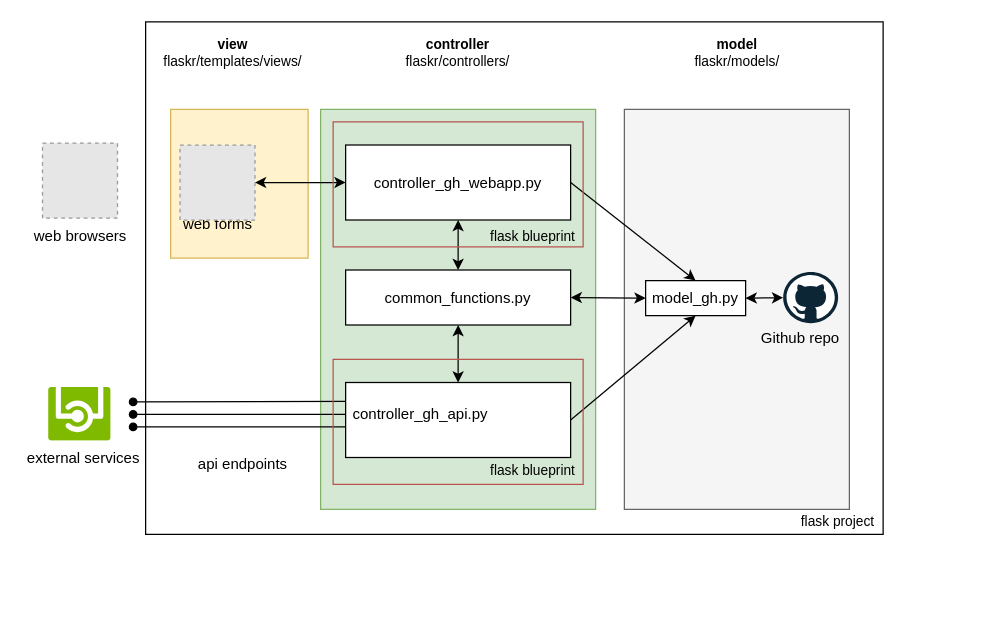
Before: flaskr/docs/Untitled Diagram.drawio in datahappy1/flask_mvc_github_example_project, a draw.io diagram. Source tidied: cells renumbered, new cells numbered last; positions are measured from the earlier drawing's top-left corner, leaving out a move shared by most shapes. Both pictures are drawn from the tidied source at 125%, with x=0, y=0 at pixel (21, 21). Pictures stored in the file or linked from it are replaced by grey dashed boxes.
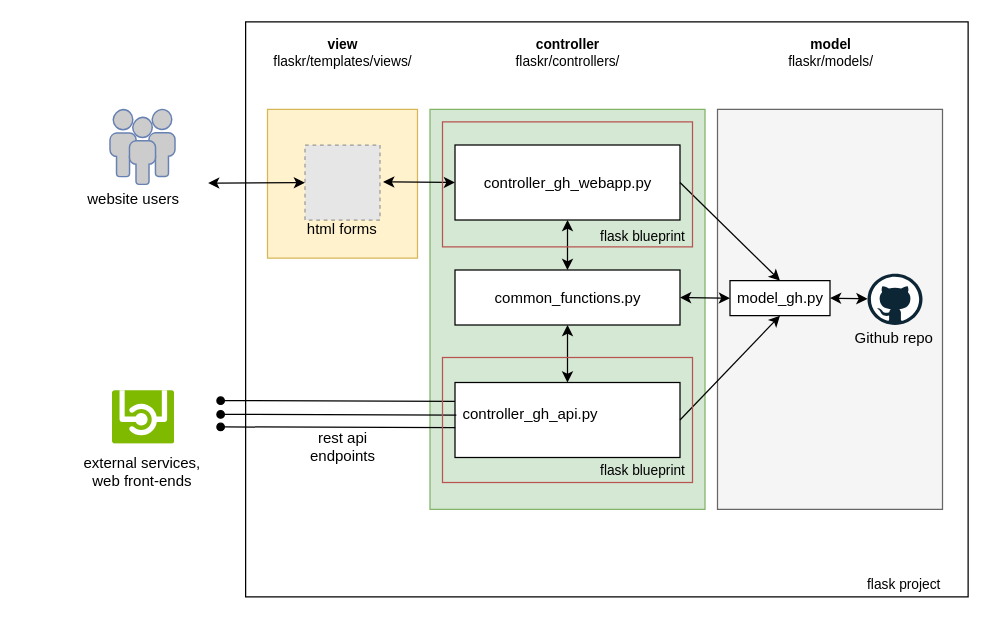
Above is the later version.

The edit, as a diff of the source:
```diff
@@
     <mxCell id="2" style="rounded=0;whiteSpace=wrap;html=1;fontSize=11;align=left;" parent="1" vertex="1">
-      <mxGeometry x="99" width="590" height="410" as="geometry" />
+      <mxGeometry x="179" width="578" height="460" as="geometry" />
     </mxCell>
     <mxCell id="3" style="rounded=0;whiteSpace=wrap;html=1;fillColor=#d5e8d4;align=center;strokeColor=#82b366;" parent="1" vertex="1">
-      <mxGeometry x="239" y="70" width="220" height="320" as="geometry" />
+      <mxGeometry x="326.5" y="70" width="220" height="320" as="geometry" />
     </mxCell>
     <mxCell id="4" style="rounded=0;whiteSpace=wrap;html=1;fillColor=#fff2cc;strokeColor=#d6b656;" parent="1" vertex="1">
-      <mxGeometry x="119" y="70" width="110" height="119" as="geometry" />
+      <mxGeometry x="196.5" y="70" width="120" height="119" as="geometry" />
     </mxCell>
     <mxCell id="5" style="rounded=0;whiteSpace=wrap;html=1;fillColor=#f5f5f5;strokeColor=#666666;fontColor=#333333;" parent="1" vertex="1">
-      <mxGeometry x="482" y="70" width="180" height="320" as="geometry" />
+      <mxGeometry x="556.5" y="70" width="180" height="320" as="geometry" />
     </mxCell>
     <mxCell id="6" style="rounded=0;whiteSpace=wrap;html=1;" parent="1" vertex="1">
-      <mxGeometry x="259" y="198.5" width="180" height="44" as="geometry" />
+      <mxGeometry x="346.5" y="198.5" width="180" height="44" as="geometry" />
     </mxCell>
     <mxCell id="7" style="rounded=0;whiteSpace=wrap;html=1;" parent="1" vertex="1">
-      <mxGeometry x="259" y="98.5" width="180" height="60" as="geometry" />
+      <mxGeometry x="346.5" y="98.5" width="180" height="60" as="geometry" />
     </mxCell>
     <mxCell id="8" style="rounded=0;whiteSpace=wrap;html=1;" parent="1" vertex="1">
-      <mxGeometry x="259" y="288.5" width="180" height="60" as="geometry" />
+      <mxGeometry x="346.5" y="288.5" width="180" height="60" as="geometry" />
     </mxCell>
@@
-    <mxCell id="11" value="web forms&lt;br&gt;" style="text;html=1;strokeColor=none;fillColor=none;align=center;verticalAlign=middle;whiteSpace=wrap;rounded=0;" parent="1" vertex="1">
-      <mxGeometry x="112.5" y="152" width="88" height="20" as="geometry" />
+    <mxCell id="11" value="html forms&lt;br&gt;" style="text;html=1;strokeColor=none;fillColor=none;align=center;verticalAlign=middle;whiteSpace=wrap;rounded=0;" parent="1" vertex="1">
+      <mxGeometry x="207" y="152" width="99" height="28" as="geometry" />
     </mxCell>
-    <mxCell id="12" value="api endpoints&lt;br&gt;" style="text;html=1;strokeColor=none;fillColor=none;align=center;verticalAlign=middle;whiteSpace=wrap;rounded=0;" parent="1" vertex="1">
-      <mxGeometry x="136.5" y="343.5" width="80" height="20" as="geometry" />
+    <mxCell id="12" value="rest api endpoints&lt;br&gt;" style="text;html=1;strokeColor=none;fillColor=none;align=center;verticalAlign=middle;whiteSpace=wrap;rounded=0;" parent="1" vertex="1">
+      <mxGeometry x="216.5" y="330" width="80" height="20" as="geometry" />
     </mxCell>
     <mxCell id="13" value="&lt;span style=&quot;font-size: 11px&quot;&gt;&lt;b&gt;model&lt;/b&gt;&lt;br&gt;flaskr/models/&lt;br&gt;&lt;/span&gt;" style="text;html=1;strokeColor=none;fillColor=none;align=center;verticalAlign=middle;whiteSpace=wrap;rounded=0;fontSize=11;" parent="1" vertex="1">
-      <mxGeometry x="482" width="181" height="49" as="geometry" />
+      <mxGeometry x="556.5" width="181" height="49" as="geometry" />
     </mxCell>
     <mxCell id="14" value="controller_gh_api.py" style="text;html=1;strokeColor=none;fillColor=none;align=center;verticalAlign=middle;whiteSpace=wrap;rounded=0;" parent="1" vertex="1">
-      <mxGeometry x="299" y="304" width="40" height="20" as="geometry" />
+      <mxGeometry x="386.5" y="304" width="40" height="20" as="geometry" />
     </mxCell>
     <mxCell id="15" value="common_functions.py" style="text;html=1;strokeColor=none;fillColor=none;align=center;verticalAlign=middle;whiteSpace=wrap;rounded=0;" parent="1" vertex="1">
-      <mxGeometry x="329" y="210.5" width="40" height="20" as="geometry" />
+      <mxGeometry x="416.5" y="210.5" width="40" height="20" as="geometry" />
     </mxCell>
     <mxCell id="16" value="controller_gh_webapp.py" style="text;html=1;strokeColor=none;fillColor=none;align=center;verticalAlign=middle;whiteSpace=wrap;rounded=0;" parent="1" vertex="1">
-      <mxGeometry x="329" y="118.5" width="40" height="20" as="geometry" />
+      <mxGeometry x="416.5" y="118.5" width="40" height="20" as="geometry" />
     </mxCell>
@@
     <mxCell id="18" value="controller&lt;br&gt;&lt;span style=&quot;font-weight: normal&quot;&gt;flaskr/controllers/&lt;/span&gt;&lt;br&gt;" style="text;html=1;strokeColor=none;fillColor=none;align=center;verticalAlign=middle;whiteSpace=wrap;rounded=0;fontStyle=1;fontSize=11;" parent="1" vertex="1">
-      <mxGeometry x="249" width="200" height="49" as="geometry" />
+      <mxGeometry x="336.5" width="200" height="49" as="geometry" />
     </mxCell>
-    <mxCell id="19" style="fillColor=#E6E6E6;strokeColor=#999999;dashed=1;html=1;verticalAlign=top;verticalLabelPosition=bottom;labelBackgroundColor=#ffffff;" parent="1" vertex="1">
-      <mxGeometry x="16.5" y="97" width="60" height="60" as="geometry" />
-    </mxCell>
     <mxCell id="20" style="fillColor=#E6E6E6;strokeColor=#999999;dashed=1;html=1;verticalAlign=top;verticalLabelPosition=bottom;labelBackgroundColor=#ffffff;" parent="1" vertex="1">
-      <mxGeometry x="126.5" y="98.5" width="60" height="60" as="geometry" />
+      <mxGeometry x="226.5" y="98.5" width="60" height="60" as="geometry" />
     </mxCell>
-    <mxCell id="21" style="endArrow=classic;startArrow=classic;html=1;entryX=0;entryY=0.5;entryDx=0;entryDy=0;" parent="1" edge="1" source="20" target="7">
-      <mxGeometry relative="1" as="geometry" />
+    <mxCell id="21" style="endArrow=classic;startArrow=classic;html=1;entryX=0;entryY=0.5;entryDx=0;entryDy=0;" parent="1" edge="1" target="7">
+      <mxGeometry relative="1" as="geometry">
+        <mxPoint x="289" y="128" as="sourcePoint" />
+      </mxGeometry>
     </mxCell>
     <mxCell id="22" value="model_gh.py" style="rounded=0;whiteSpace=wrap;html=1;" parent="1" vertex="1">
-      <mxGeometry x="499" y="207" width="80" height="28" as="geometry" />
+      <mxGeometry x="566.5" y="207" width="80" height="28" as="geometry" />
     </mxCell>
     <mxCell id="23" style="html=1;perimeter=none;align=center;shadow=0;dashed=0;image;fontSize=12;image=img/lib/mscae/API.svg;" parent="1" vertex="1">
-      <mxGeometry x="21.5" y="292.5" width="50" height="43" as="geometry" />
+      <mxGeometry x="72.5" y="295" width="50" height="43" as="geometry" />
     </mxCell>
     <mxCell id="24" value="view &lt;br style=&quot;font-size: 11px&quot;&gt;&lt;span style=&quot;font-weight: normal&quot;&gt;flaskr/templates/views/&lt;/span&gt;" style="text;html=1;strokeColor=none;fillColor=none;align=center;verticalAlign=middle;whiteSpace=wrap;rounded=0;fontStyle=1;fontSize=11;" parent="1" vertex="1">
-      <mxGeometry x="109" width="120" height="49" as="geometry" />
+      <mxGeometry x="196.5" width="120" height="49" as="geometry" />
     </mxCell>
@@
     <mxCell id="26" value="flask blueprint&lt;br&gt;" style="text;html=1;strokeColor=none;fillColor=none;align=center;verticalAlign=middle;whiteSpace=wrap;rounded=0;fontSize=11;" parent="1" vertex="1">
-      <mxGeometry x="369" y="348.5" width="80" height="20" as="geometry" />
+      <mxGeometry x="456.5" y="348.5" width="80" height="20" as="geometry" />
     </mxCell>
     <mxCell id="27" value="flask project" style="text;html=1;strokeColor=none;fillColor=none;align=center;verticalAlign=middle;whiteSpace=wrap;rounded=0;fontSize=11;" parent="1" vertex="1">
-      <mxGeometry x="621" y="390" width="64" height="20" as="geometry" />
+      <mxGeometry x="673.5" y="440" width="64" height="20" as="geometry" />
     </mxCell>
     <mxCell id="28" style="endArrow=none;html=1;entryX=0;entryY=0.25;entryDx=0;entryDy=0;strokeWidth=1;comic=0;startArrow=oval;startFill=1;" parent="1" edge="1" target="8">
       <mxGeometry relative="1" as="geometry">
-        <mxPoint x="89" y="304" as="sourcePoint" />
+        <mxPoint x="159" y="303" as="sourcePoint" />
       </mxGeometry>
     </mxCell>
-    <mxCell id="29" style="endArrow=none;html=1;strokeWidth=1;comic=0;startArrow=oval;startFill=1;" parent="1" edge="1">
+    <mxCell id="29" style="endArrow=none;html=1;strokeWidth=1;comic=0;startArrow=oval;startFill=1;entryX=0.006;entryY=0.436;entryDx=0;entryDy=0;entryPerimeter=0;" parent="1" edge="1" target="8">
       <mxGeometry relative="1" as="geometry">
-        <mxPoint x="89" y="314" as="sourcePoint" />
-        <mxPoint x="259" y="314" as="targetPoint" />
+        <mxPoint x="159" y="314" as="sourcePoint" />
       </mxGeometry>
     </mxCell>
-    <mxCell id="30" style="endArrow=none;html=1;strokeWidth=1;comic=0;startArrow=oval;startFill=1;" parent="1" edge="1">
+    <mxCell id="30" style="endArrow=none;html=1;strokeWidth=1;comic=0;startArrow=oval;startFill=1;entryX=0.001;entryY=0.603;entryDx=0;entryDy=0;entryPerimeter=0;" parent="1" edge="1" target="8">
       <mxGeometry relative="1" as="geometry">
-        <mxPoint x="89" y="324" as="sourcePoint" />
-        <mxPoint x="259" y="324" as="targetPoint" />
+        <mxPoint x="159" y="324" as="sourcePoint" />
       </mxGeometry>
     </mxCell>
     <mxCell id="31" style="dashed=0;outlineConnect=0;html=1;align=center;labelPosition=center;verticalLabelPosition=bottom;verticalAlign=top;shape=mxgraph.weblogos.github;" parent="1" vertex="1">
-      <mxGeometry x="609" y="200" width="44" height="41" as="geometry" />
+      <mxGeometry x="676.5" y="201.5" width="44" height="41" as="geometry" />
     </mxCell>
-    <mxCell id="32" value="web browsers&lt;br&gt;" style="text;html=1;strokeColor=none;fillColor=none;align=center;verticalAlign=middle;whiteSpace=wrap;rounded=0;" parent="1" vertex="1">
-      <mxGeometry x="6.5" y="162" width="80" height="20" as="geometry" />
-    </mxCell>
-    <mxCell id="33" value="external services" style="text;html=1;strokeColor=none;fillColor=none;align=center;verticalAlign=middle;whiteSpace=wrap;rounded=0;" parent="1" vertex="1">
-      <mxGeometry y="338.5" width="99" height="20" as="geometry" />
+    <mxCell id="33" value="external services,&lt;br&gt;web front-ends&lt;br&gt;" style="text;html=1;strokeColor=none;fillColor=none;align=center;verticalAlign=middle;whiteSpace=wrap;rounded=0;" parent="1" vertex="1">
+      <mxGeometry x="9" y="350" width="175" height="20" as="geometry" />
     </mxCell>
@@
     <mxCell id="36" style="rounded=0;whiteSpace=wrap;html=1;fontSize=11;align=left;fillColor=none;strokeColor=#b85450;" parent="1" vertex="1">
-      <mxGeometry x="249" y="80" width="200" height="100" as="geometry" />
+      <mxGeometry x="336.5" y="80" width="200" height="100" as="geometry" />
     </mxCell>
     <mxCell id="37" style="rounded=0;whiteSpace=wrap;html=1;fontSize=11;align=left;fillColor=none;strokeColor=#b85450;" parent="1" vertex="1">
-      <mxGeometry x="249" y="270" width="200" height="100" as="geometry" />
+      <mxGeometry x="336.5" y="268.5" width="200" height="100" as="geometry" />
     </mxCell>
     <mxCell id="38" value="flask blueprint&lt;br&gt;" style="text;html=1;strokeColor=none;fillColor=none;align=center;verticalAlign=middle;whiteSpace=wrap;rounded=0;fontSize=11;" parent="1" vertex="1">
-      <mxGeometry x="369" y="162" width="80" height="20" as="geometry" />
+      <mxGeometry x="456.5" y="162" width="80" height="20" as="geometry" />
     </mxCell>
     <mxCell id="39" value="Github repo&lt;br&gt;" style="text;html=1;strokeColor=none;fillColor=none;align=center;verticalAlign=middle;whiteSpace=wrap;rounded=0;" parent="1" vertex="1">
-      <mxGeometry x="583" y="242.5" width="80" height="20" as="geometry" />
+      <mxGeometry x="657.5" y="242.5" width="80" height="20" as="geometry" />
     </mxCell>
+    <mxCell id="40" style="fontColor=#0066CC;verticalAlign=top;verticalLabelPosition=bottom;labelPosition=center;align=center;html=1;fillColor=#CCCCCC;strokeColor=#6881B3;gradientColor=none;gradientDirection=north;strokeWidth=2;shape=mxgraph.networks.users;" parent="1" vertex="1">
+      <mxGeometry x="70.5" y="70" width="52" height="60" as="geometry" />
+    </mxCell>
+    <mxCell id="41" value="website users" style="text;html=1;strokeColor=none;fillColor=none;align=center;verticalAlign=middle;whiteSpace=wrap;rounded=0;" parent="1" vertex="1">
+      <mxGeometry x="39.5" y="132" width="99" height="20" as="geometry" />
+    </mxCell>
+    <mxCell id="42" style="endArrow=classic;startArrow=classic;html=1;" parent="1" edge="1" target="20">
+      <mxGeometry relative="1" as="geometry">
+        <mxPoint x="149" y="129" as="sourcePoint" />
+      </mxGeometry>
+    </mxCell>
```
